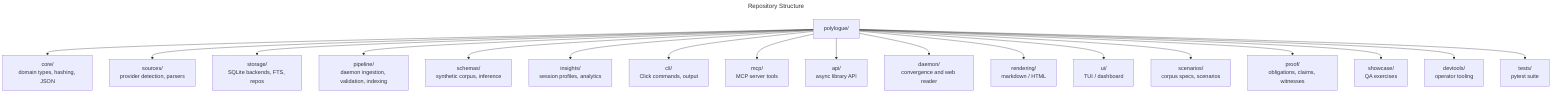
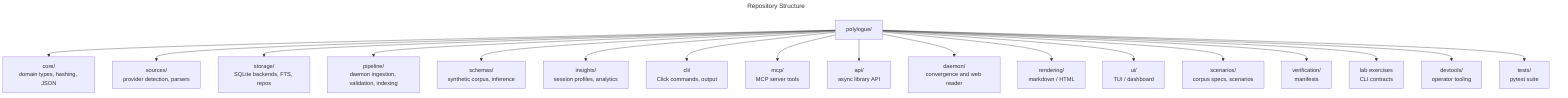
---
title: Repository Structure
---
flowchart TB
    ROOT["polylogue/"] --> CORE["core/<br/>domain types, hashing, JSON"]
    ROOT --> SOURCES["sources/<br/>provider detection, parsers"]
    ROOT --> STORAGE["storage/<br/>SQLite backends, FTS, repos"]
    ROOT --> PIPELINE["pipeline/<br/>daemon ingestion, validation, indexing"]
    ROOT --> SCHEMAS["schemas/<br/>synthetic corpus, inference"]
    ROOT --> INSIGHTS["insights/<br/>session profiles, analytics"]
    ROOT --> CLI["cli/<br/>Click commands, output"]
    ROOT --> MCP["mcp/<br/>MCP server tools"]
    ROOT --> API["api/<br/>async library API"]
    ROOT --> DAEMON["daemon/<br/>convergence and web reader"]
    ROOT --> RENDERING["rendering/<br/>markdown / HTML"]
    ROOT --> UI["ui/<br/>TUI / dashboard"]
    ROOT --> SCENARIOS["scenarios/<br/>corpus specs, scenarios"]
-     ROOT --> PROOF["proof/<br/>obligations, claims, witnesses"]
-     ROOT --> SHOWCASE["showcase/<br/>QA exercises"]
+     ROOT --> VERIFY["verification/<br/>manifests"]
+     ROOT --> LAB["lab exercises<br/>CLI contracts"]
    ROOT --> DEVTOOLS["devtools/<br/>operator tooling"]
    ROOT --> TESTS["tests/<br/>pytest suite"]
